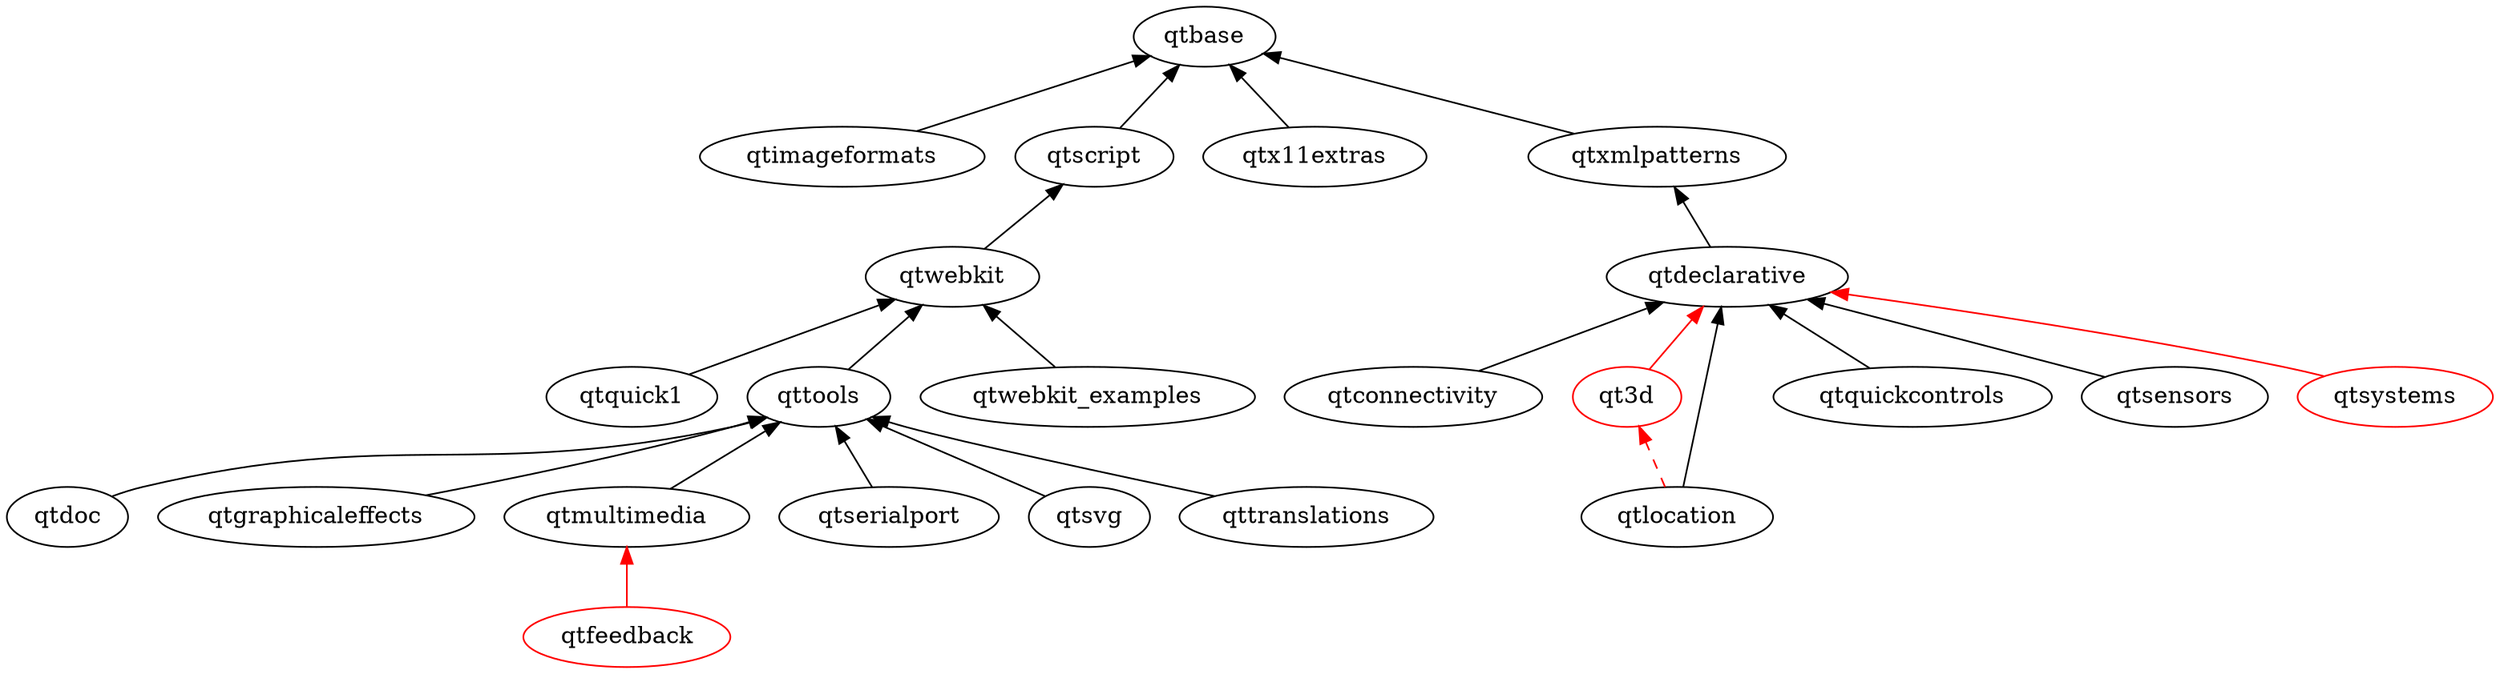
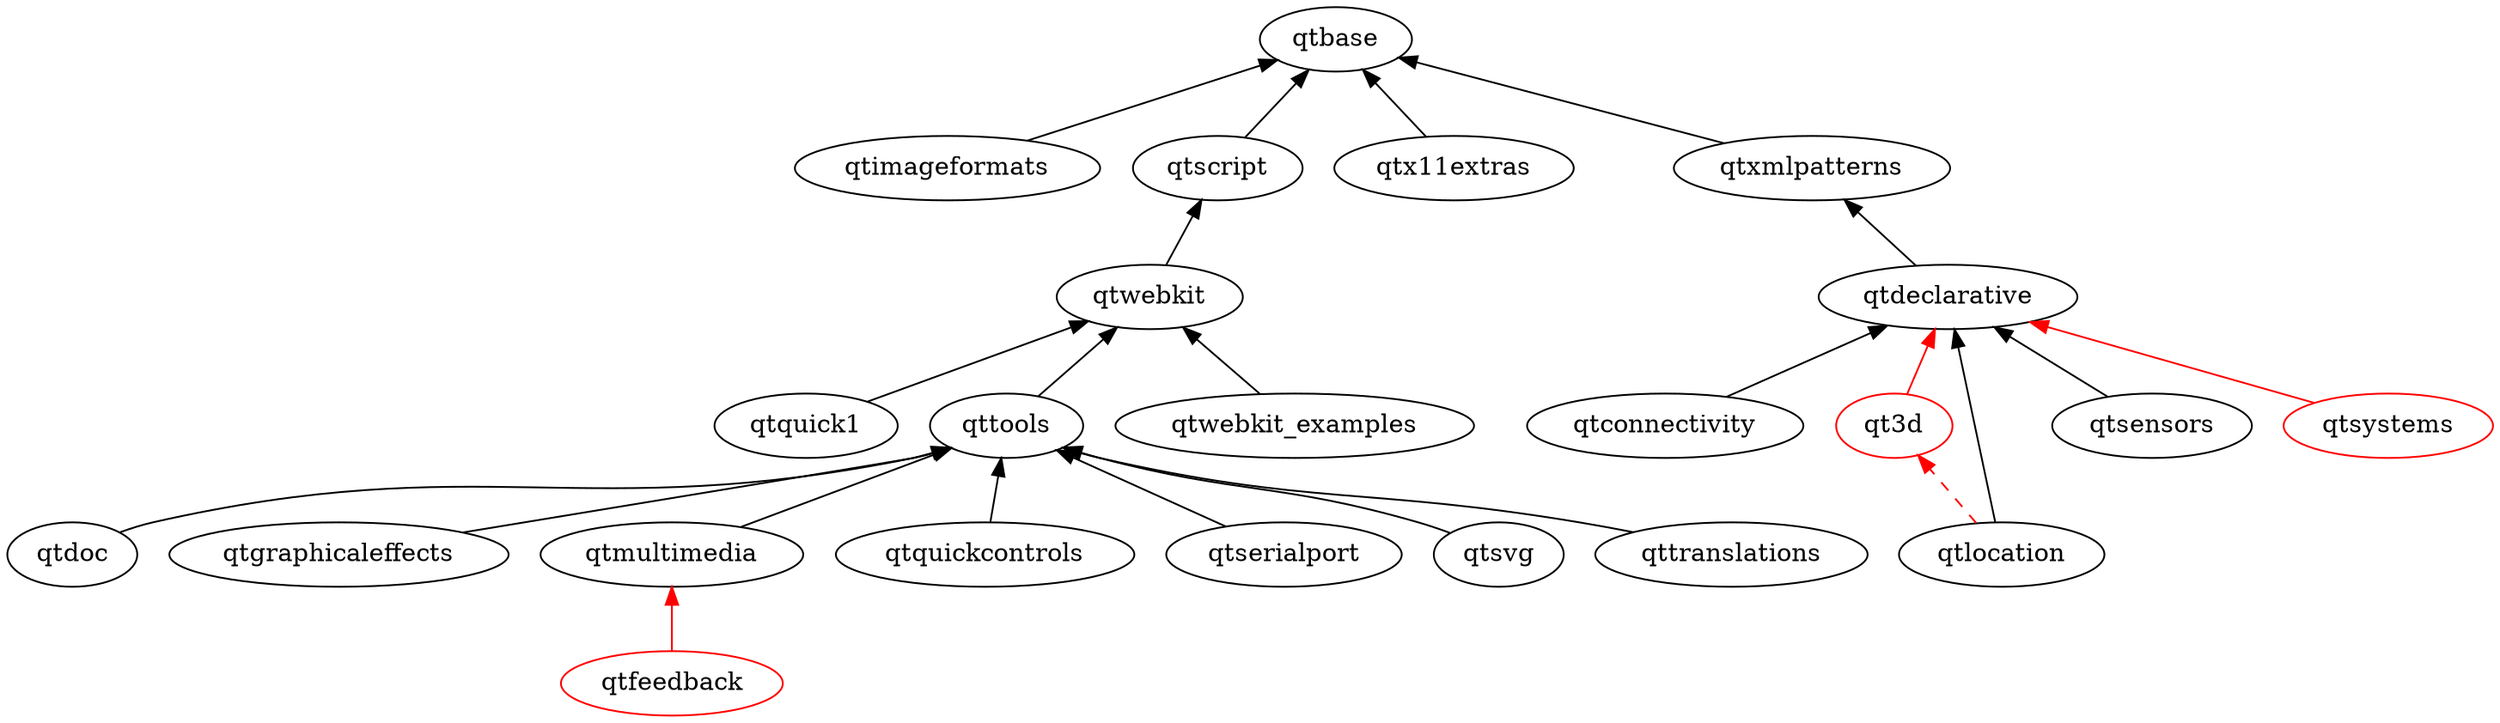
digraph qt5 {
  graph [
    rankdir = "BT"
  ]

  qt3d [ color = red ]
  qtbase
  qtconnectivity
  qtdeclarative
  qtdoc
  qtfeedback [ color = red ]
  qtgraphicaleffects
  qtimageformats
  qtlocation
  qtmultimedia
  qtquick1
  qtquickcontrols
  qtscript
  qtsensors
  qtserialport
  qtsvg
  qtsystems [ color = red ]
  qttools
  qttranslations
  qtwebkit
  qtwebkit_examples
  qtx11extras
  qtxmlpatterns

  qtconnectivity -> qtdeclarative
  qtdeclarative -> qtxmlpatterns
  qtdoc -> qttools
  qtgraphicaleffects -> qttools
  qtimageformats -> qtbase
  qtmultimedia -> qttools
  qtquick1 -> qtwebkit
-   qtquickcontrols -> qtdeclarative
+   qtquickcontrols -> qttools
  qtsensors -> qtdeclarative
  qtserialport -> qttools
  qtscript -> qtbase
  qtsvg -> qttools
  qttools -> qtwebkit
  qttranslations -> qttools
  qtwebkit -> qtscript
  qtwebkit_examples -> qtwebkit
  qtx11extras -> qtbase
  qtxmlpatterns -> qtbase

  // unsure/not-uploaded
  qt3d -> qtdeclarative [ color = red ]
  qtfeedback -> qtmultimedia [ color = red ]
  qtlocation -> qt3d [color = red style = dashed]
  qtlocation -> qtdeclarative
  qtsystems -> qtdeclarative [ color = red ]
}
